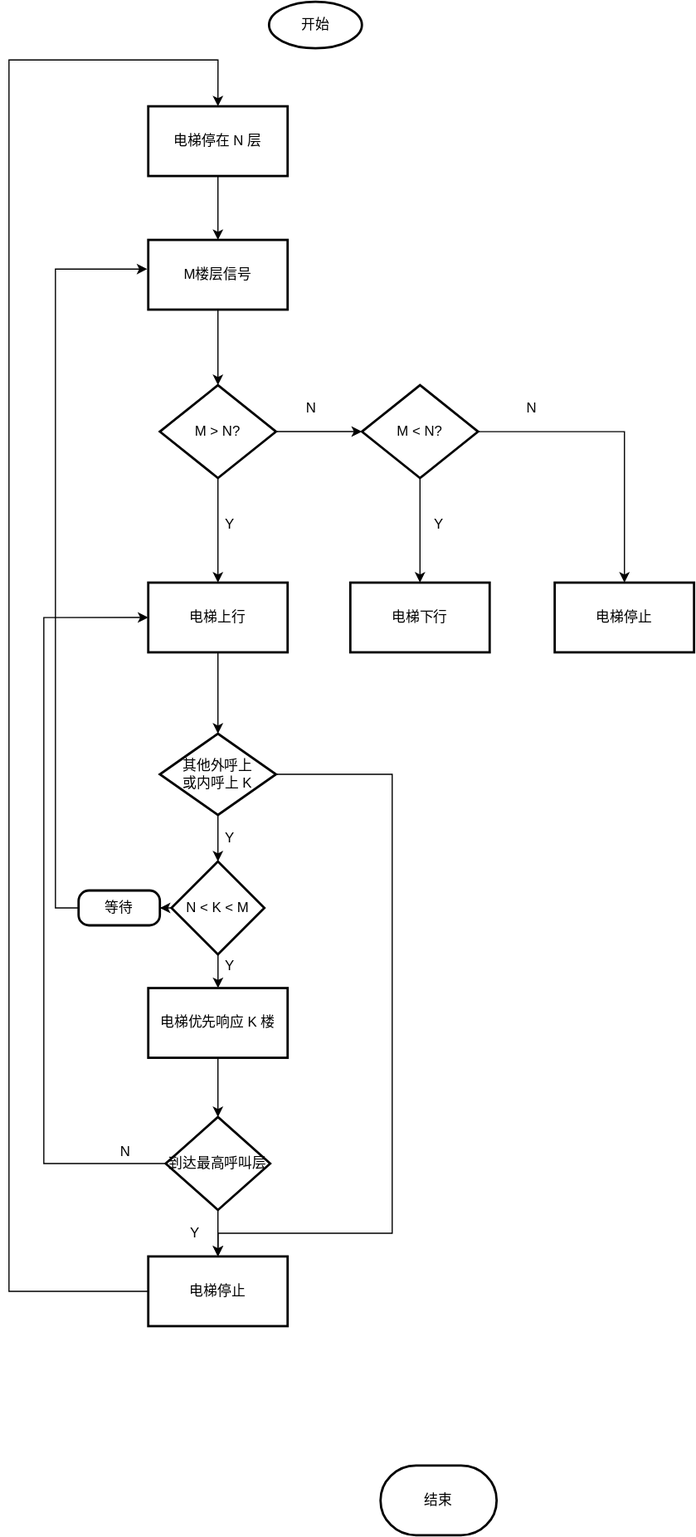
The draw.io diagram Draw.io/PLC控制四层电梯程序流程图.drawio.svg in InoryLwc/ConfigRepo, before a commit. Source tidied: cells renumbered, new cells last; positions are measured from the earlier drawing's top-left corner, leaving out a move shared by most shapes.
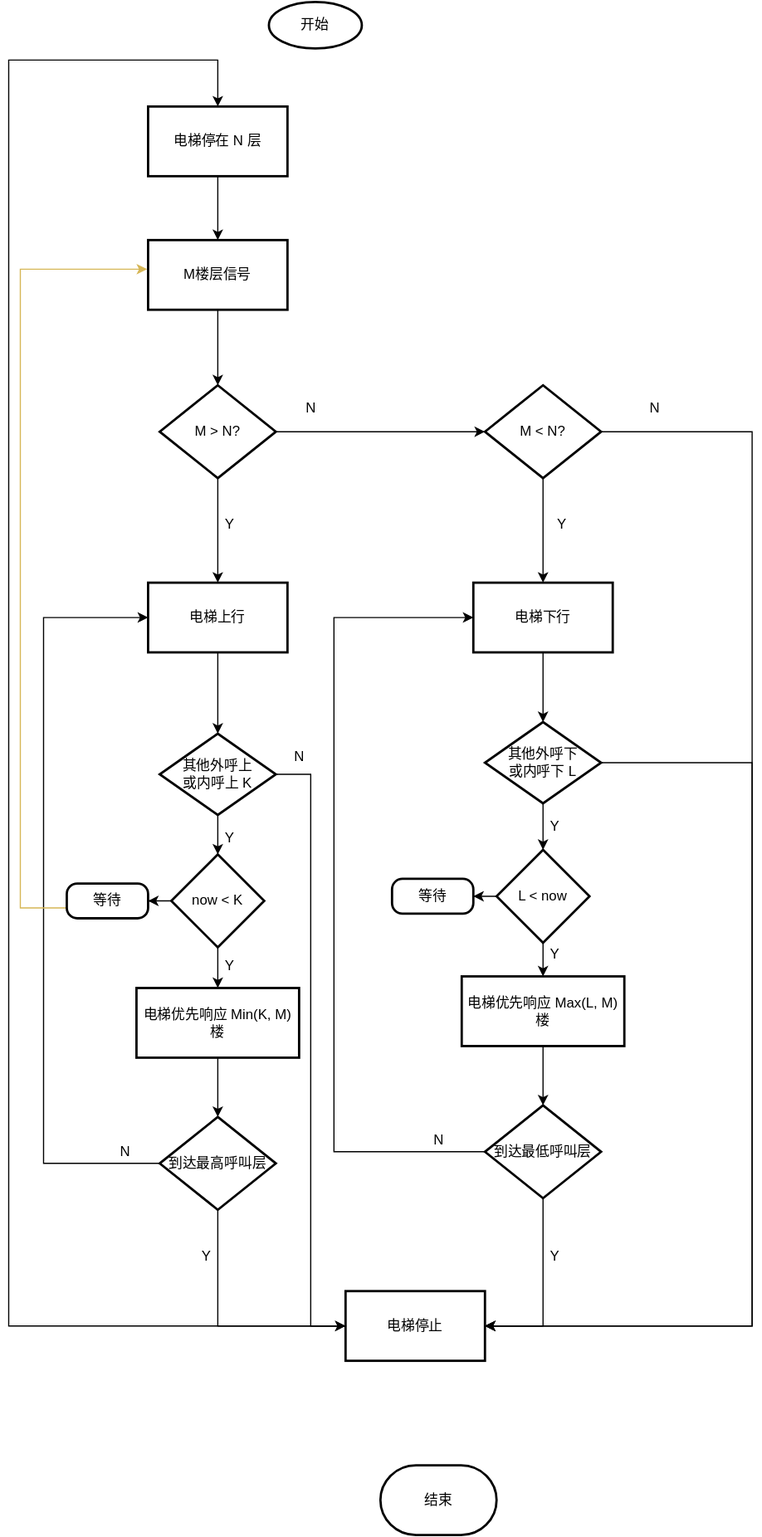
Above is the later version.

Commit message:
更新PLC控制四层电梯程序流程图.drawio.svg

Diff of the diagram source:
```diff
@@ -35,36 +35,40 @@
     <mxCell id="12" style="edgeStyle=orthogonalEdgeStyle;rounded=0;jettySize=auto;html=1;" parent="1" edge="1" source="14" target="15">
       <mxGeometry relative="1" as="geometry" />
     </mxCell>
-    <mxCell id="13" style="edgeStyle=orthogonalEdgeStyle;rounded=0;jettySize=auto;html=1;" parent="1" edge="1" source="14" target="16">
-      <mxGeometry relative="1" as="geometry" />
+    <mxCell id="13" style="edgeStyle=orthogonalEdgeStyle;rounded=0;jettySize=auto;html=1;entryX=1;entryY=0.5;entryDx=0;entryDy=0;" parent="1" edge="1" source="14" target="33">
+      <mxGeometry relative="1" as="geometry">
+        <Array as="points">
+          <mxPoint x="640" y="370" />
+          <mxPoint x="640" y="1140" />
+        </Array>
+      </mxGeometry>
     </mxCell>
     <mxCell id="14" value="M &amp;lt; N?" style="rhombus;whiteSpace=wrap;html=1;rounded=1;strokeWidth=2;arcSize=0;" parent="1" vertex="1">
-      <mxGeometry x="304" y="330" width="100" height="80" as="geometry" />
+      <mxGeometry x="410" y="330" width="100" height="80" as="geometry" />
     </mxCell>
+    <mxCell id="41" style="edgeStyle=orthogonalEdgeStyle;rounded=0;jettySize=auto;html=1;exitX=0.5;exitY=1;exitDx=0;exitDy=0;entryX=0.5;entryY=0;entryDx=0;entryDy=0;" parent="1" edge="1" source="15" target="44">
+      <mxGeometry relative="1" as="geometry" />
+    </mxCell>
     <mxCell id="15" value="电梯下行" style="whiteSpace=wrap;html=1;rounded=1;strokeWidth=2;arcSize=0;" parent="1" vertex="1">
-      <mxGeometry x="294" y="500" width="120" height="60" as="geometry" />
+      <mxGeometry x="400" y="500" width="120" height="60" as="geometry" />
     </mxCell>
-    <mxCell id="16" value="电梯停止" style="whiteSpace=wrap;html=1;rounded=1;strokeWidth=2;arcSize=0;" parent="1" vertex="1">
-      <mxGeometry x="470" y="500" width="120" height="60" as="geometry" />
-    </mxCell>
     <mxCell id="17" value="N" style="text;html=1;align=center;verticalAlign=middle;strokeColor=none;fillColor=none;" parent="1" vertex="1">
       <mxGeometry x="250" y="340" width="20" height="20" as="geometry" />
     </mxCell>
     <mxCell id="18" value="N" style="text;html=1;align=center;verticalAlign=middle;strokeColor=none;fillColor=none;" parent="1" vertex="1">
-      <mxGeometry x="440" y="340" width="20" height="20" as="geometry" />
+      <mxGeometry x="546" y="340" width="20" height="20" as="geometry" />
     </mxCell>
     <mxCell id="19" value="Y" style="text;html=1;align=center;verticalAlign=middle;strokeColor=none;fillColor=none;" parent="1" vertex="1">
-      <mxGeometry x="360" y="440" width="20" height="20" as="geometry" />
+      <mxGeometry x="466" y="440" width="20" height="20" as="geometry" />
     </mxCell>
     <mxCell id="20" style="edgeStyle=orthogonalEdgeStyle;rounded=0;jettySize=auto;html=1;" parent="1" edge="1" source="22" target="26">
       <mxGeometry relative="1" as="geometry" />
     </mxCell>
-    <mxCell id="21" style="edgeStyle=orthogonalEdgeStyle;rounded=0;jettySize=auto;html=1;exitX=1;exitY=0.5;exitDx=0;exitDy=0;entryX=0.5;entryY=0;entryDx=0;entryDy=0;" parent="1" edge="1" source="22" target="33">
+    <mxCell id="21" style="edgeStyle=orthogonalEdgeStyle;rounded=0;jettySize=auto;html=1;exitX=1;exitY=0.5;exitDx=0;exitDy=0;entryX=0;entryY=0.5;entryDx=0;entryDy=0;" parent="1" edge="1" source="22" target="33">
       <mxGeometry relative="1" as="geometry">
         <Array as="points">
-          <mxPoint x="330" y="665" />
-          <mxPoint x="330" y="1060" />
-          <mxPoint x="180" y="1060" />
+          <mxPoint x="260" y="665" />
+          <mxPoint x="260" y="1140" />
         </Array>
       </mxGeometry>
     </mxCell>
@@ -77,20 +81,24 @@
     <mxCell id="24" style="edgeStyle=orthogonalEdgeStyle;rounded=0;jettySize=auto;html=1;" parent="1" edge="1" source="26" target="28">
       <mxGeometry relative="1" as="geometry" />
     </mxCell>
-    <mxCell id="25" style="edgeStyle=orthogonalEdgeStyle;rounded=0;jettySize=auto;html=1;" parent="1" edge="1" source="26" target="40">
+    <mxCell id="25" style="edgeStyle=orthogonalEdgeStyle;rounded=0;jettySize=auto;html=1;exitX=0;exitY=0.5;exitDx=0;exitDy=0;" parent="1" edge="1" source="26" target="40">
       <mxGeometry relative="1" as="geometry" />
     </mxCell>
-    <mxCell id="26" value="N &amp;lt; K &amp;lt; M" style="rhombus;whiteSpace=wrap;html=1;rounded=1;strokeWidth=2;arcSize=0;" parent="1" vertex="1">
-      <mxGeometry x="140" y="740" width="80" height="80" as="geometry" />
+    <mxCell id="26" value="now &amp;lt; K" style="rhombus;whiteSpace=wrap;html=1;rounded=1;strokeWidth=2;arcSize=0;" parent="1" vertex="1">
+      <mxGeometry x="140" y="734" width="80" height="80" as="geometry" />
     </mxCell>
     <mxCell id="27" style="edgeStyle=orthogonalEdgeStyle;rounded=0;jettySize=auto;html=1;" parent="1" edge="1" source="28" target="31">
       <mxGeometry relative="1" as="geometry" />
     </mxCell>
-    <mxCell id="28" value="电梯优先响应 K 楼" style="whiteSpace=wrap;html=1;rounded=1;strokeWidth=2;arcSize=0;" parent="1" vertex="1">
-      <mxGeometry x="120" y="849" width="120" height="60" as="geometry" />
+    <mxCell id="28" value="电梯优先响应 Min(K, M) 楼" style="whiteSpace=wrap;html=1;rounded=1;strokeWidth=2;arcSize=0;" parent="1" vertex="1">
+      <mxGeometry x="110" y="849" width="140" height="60" as="geometry" />
     </mxCell>
     <mxCell id="29" style="edgeStyle=orthogonalEdgeStyle;rounded=0;jettySize=auto;html=1;" parent="1" edge="1" source="31" target="33">
-      <mxGeometry relative="1" as="geometry" />
+      <mxGeometry relative="1" as="geometry">
+        <Array as="points">
+          <mxPoint x="180" y="1140" />
+        </Array>
+      </mxGeometry>
     </mxCell>
     <mxCell id="30" style="edgeStyle=orthogonalEdgeStyle;rounded=0;jettySize=auto;html=1;exitX=0;exitY=0.5;exitDx=0;exitDy=0;entryX=0;entryY=0.5;entryDx=0;entryDy=0;" parent="1" edge="1" source="31" target="10">
       <mxGeometry relative="1" as="geometry">
@@ -101,25 +109,25 @@
       </mxGeometry>
     </mxCell>
     <mxCell id="31" value="到达最高呼叫层" style="rhombus;whiteSpace=wrap;html=1;rounded=1;strokeWidth=2;arcSize=0;" parent="1" vertex="1">
-      <mxGeometry x="135" y="960" width="90" height="80" as="geometry" />
+      <mxGeometry x="130" y="960" width="100" height="80" as="geometry" />
     </mxCell>
     <mxCell id="32" style="edgeStyle=orthogonalEdgeStyle;rounded=0;jettySize=auto;html=1;exitX=0;exitY=0.5;exitDx=0;exitDy=0;entryX=0.5;entryY=0;entryDx=0;entryDy=0;" parent="1" edge="1" source="33" target="38">
       <mxGeometry relative="1" as="geometry">
         <Array as="points">
-          <mxPoint y="1110" />
+          <mxPoint y="1140" />
           <mxPoint y="50" />
           <mxPoint x="180" y="50" />
         </Array>
       </mxGeometry>
     </mxCell>
     <mxCell id="33" value="电梯停止" style="whiteSpace=wrap;html=1;rounded=1;strokeWidth=2;arcSize=0;" parent="1" vertex="1">
-      <mxGeometry x="120" y="1080" width="120" height="60" as="geometry" />
+      <mxGeometry x="290" y="1110" width="120" height="60" as="geometry" />
     </mxCell>
     <mxCell id="34" value="N" style="text;html=1;align=center;verticalAlign=middle;strokeColor=none;fillColor=none;" parent="1" vertex="1">
       <mxGeometry x="90" y="980" width="20" height="20" as="geometry" />
     </mxCell>
     <mxCell id="35" value="Y" style="text;html=1;align=center;verticalAlign=middle;strokeColor=none;fillColor=none;" parent="1" vertex="1">
-      <mxGeometry x="150" y="1050" width="20" height="20" as="geometry" />
+      <mxGeometry x="160" y="1070" width="20" height="20" as="geometry" />
     </mxCell>
     <mxCell id="36" value="Y" style="text;html=1;align=center;verticalAlign=middle;strokeColor=none;fillColor=none;" parent="1" vertex="1">
       <mxGeometry x="180" y="710" width="20" height="20" as="geometry" />
@@ -130,11 +138,77 @@
     <mxCell id="38" value="电梯停在 N 层" style="whiteSpace=wrap;html=1;rounded=1;strokeWidth=2;arcSize=0;" parent="1" vertex="1">
       <mxGeometry x="120" y="90" width="120" height="60" as="geometry" />
     </mxCell>
-    <mxCell id="39" style="edgeStyle=orthogonalEdgeStyle;rounded=0;jettySize=auto;html=1;exitX=0;exitY=0.5;exitDx=0;exitDy=0;entryX=-0.007;entryY=0.418;entryDx=0;entryDy=0;entryPerimeter=0;" parent="1" edge="1" source="40" target="5">
-      <mxGeometry relative="1" as="geometry" />
+    <mxCell id="39" style="edgeStyle=orthogonalEdgeStyle;rounded=0;jettySize=auto;html=1;exitX=0;exitY=0.5;exitDx=0;exitDy=0;entryX=-0.007;entryY=0.418;entryDx=0;entryDy=0;entryPerimeter=0;fillColor=#fff2cc;strokeColor=#d6b656;" parent="1" edge="1" source="40" target="5">
+      <mxGeometry relative="1" as="geometry">
+        <Array as="points">
+          <mxPoint x="10" y="780" />
+          <mxPoint x="10" y="230" />
+        </Array>
+      </mxGeometry>
     </mxCell>
     <mxCell id="40" value="等待" style="whiteSpace=wrap;html=1;rounded=1;strokeWidth=2;arcSize=30;" parent="1" vertex="1">
-      <mxGeometry x="60" y="765" width="70" height="30" as="geometry" />
+      <mxGeometry x="50" y="759" width="70" height="30" as="geometry" />
     </mxCell>
+    <mxCell id="42" style="edgeStyle=orthogonalEdgeStyle;rounded=0;jettySize=auto;html=1;" parent="1" edge="1" source="44" target="47">
+      <mxGeometry relative="1" as="geometry" />
+    </mxCell>
+    <mxCell id="43" style="edgeStyle=orthogonalEdgeStyle;rounded=0;jettySize=auto;html=1;exitX=1;exitY=0.5;exitDx=0;exitDy=0;entryX=1;entryY=0.5;entryDx=0;entryDy=0;" parent="1" edge="1" source="44" target="33">
+      <mxGeometry relative="1" as="geometry">
+        <Array as="points">
+          <mxPoint x="640" y="655" />
+          <mxPoint x="640" y="1140" />
+        </Array>
+      </mxGeometry>
+    </mxCell>
+    <mxCell id="44" value="其他外呼下&lt;br&gt;或内呼下 L" style="rhombus;whiteSpace=wrap;html=1;rounded=1;strokeWidth=2;arcSize=0;" parent="1" vertex="1">
+      <mxGeometry x="410" y="620" width="100" height="70" as="geometry" />
+    </mxCell>
+    <mxCell id="45" style="edgeStyle=orthogonalEdgeStyle;rounded=0;jettySize=auto;html=1;" parent="1" edge="1" source="47" target="49">
+      <mxGeometry relative="1" as="geometry" />
+    </mxCell>
+    <mxCell id="46" style="edgeStyle=orthogonalEdgeStyle;rounded=0;jettySize=auto;html=1;" parent="1" edge="1" source="47" target="55">
+      <mxGeometry relative="1" as="geometry" />
+    </mxCell>
+    <mxCell id="47" value="L &amp;lt; now" style="rhombus;whiteSpace=wrap;html=1;rounded=1;strokeWidth=2;arcSize=0;" parent="1" vertex="1">
+      <mxGeometry x="420" y="730" width="80" height="80" as="geometry" />
+    </mxCell>
+    <mxCell id="48" style="edgeStyle=orthogonalEdgeStyle;rounded=0;jettySize=auto;html=1;" parent="1" edge="1" source="49" target="52">
+      <mxGeometry relative="1" as="geometry" />
+    </mxCell>
+    <mxCell id="49" value="电梯优先响应 Max(L, M) 楼" style="whiteSpace=wrap;html=1;rounded=1;strokeWidth=2;arcSize=0;" parent="1" vertex="1">
+      <mxGeometry x="390" y="839" width="140" height="60" as="geometry" />
+    </mxCell>
+    <mxCell id="50" style="edgeStyle=orthogonalEdgeStyle;rounded=0;jettySize=auto;html=1;exitX=0;exitY=0.5;exitDx=0;exitDy=0;entryX=0;entryY=0.5;entryDx=0;entryDy=0;" parent="1" edge="1" source="52" target="15">
+      <mxGeometry relative="1" as="geometry">
+        <Array as="points">
+          <mxPoint x="280" y="990" />
+          <mxPoint x="280" y="530" />
+        </Array>
+      </mxGeometry>
+    </mxCell>
+    <mxCell id="51" style="edgeStyle=orthogonalEdgeStyle;rounded=0;jettySize=auto;html=1;exitX=0.5;exitY=1;exitDx=0;exitDy=0;entryX=1;entryY=0.5;entryDx=0;entryDy=0;" parent="1" edge="1" source="52" target="33">
+      <mxGeometry relative="1" as="geometry" />
+    </mxCell>
+    <mxCell id="52" value="到达最低呼叫层" style="rhombus;whiteSpace=wrap;html=1;rounded=1;strokeWidth=2;arcSize=0;" parent="1" vertex="1">
+      <mxGeometry x="410" y="950" width="100" height="80" as="geometry" />
+    </mxCell>
+    <mxCell id="53" value="Y" style="text;html=1;align=center;verticalAlign=middle;strokeColor=none;fillColor=none;" parent="1" vertex="1">
+      <mxGeometry x="460" y="700" width="20" height="20" as="geometry" />
+    </mxCell>
+    <mxCell id="54" value="Y" style="text;html=1;align=center;verticalAlign=middle;strokeColor=none;fillColor=none;" parent="1" vertex="1">
+      <mxGeometry x="460" y="810" width="20" height="20" as="geometry" />
+    </mxCell>
+    <mxCell id="55" value="等待" style="whiteSpace=wrap;html=1;rounded=1;strokeWidth=2;arcSize=30;" parent="1" vertex="1">
+      <mxGeometry x="330" y="755" width="70" height="30" as="geometry" />
+    </mxCell>
+    <mxCell id="56" value="N" style="text;html=1;align=center;verticalAlign=middle;strokeColor=none;fillColor=none;" parent="1" vertex="1">
+      <mxGeometry x="360" y="970" width="20" height="20" as="geometry" />
+    </mxCell>
+    <mxCell id="57" value="N" style="text;html=1;align=center;verticalAlign=middle;strokeColor=none;fillColor=none;" parent="1" vertex="1">
+      <mxGeometry x="240" y="640" width="20" height="20" as="geometry" />
+    </mxCell>
+    <mxCell id="58" value="Y" style="text;html=1;align=center;verticalAlign=middle;strokeColor=none;fillColor=none;" parent="1" vertex="1">
+      <mxGeometry x="460" y="1070" width="20" height="20" as="geometry" />
+    </mxCell>
   </root>
 </mxGraphModel>
```
